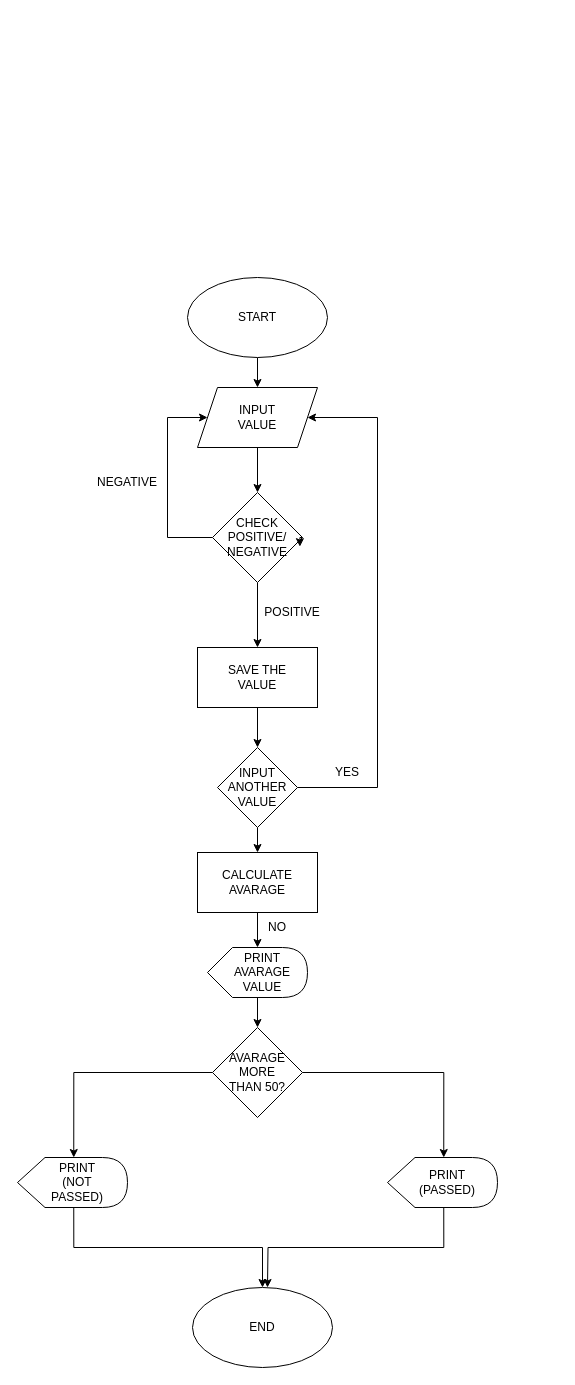
Before: Diagram Tanpa Judul.drawio in tahukotak13th/tahukotak13th.github.io, a draw.io diagram. Source tidied: cells renumbered, new cells numbered last; positions are measured from the earlier drawing's top-left corner, leaving out a move shared by most shapes. Both pictures are drawn from the tidied source at 100%, with x=0, y=0 at pixel (17, 277).
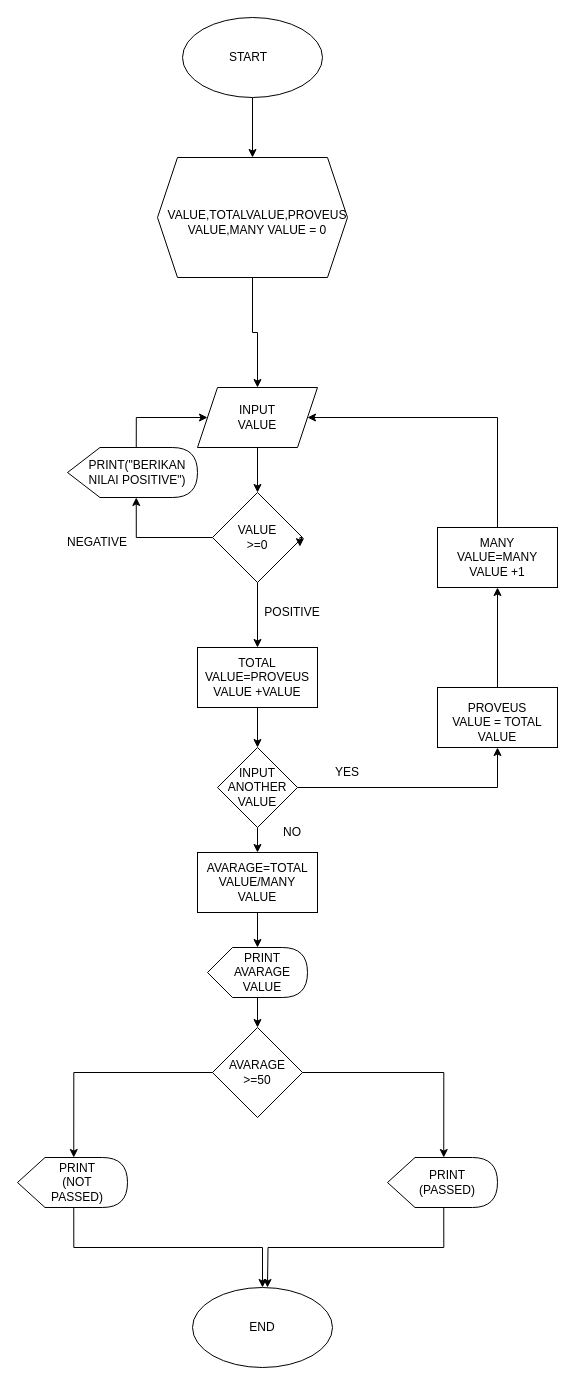
After the change.

The change refers to these unchanged cells:
```xml
<mxCell id="6" style="shape=parallelogram;perimeter=parallelogramPerimeter;whiteSpace=wrap;html=1;fixedSize=1;" parent="1" vertex="1">
  <mxGeometry x="180" y="110" width="120" height="60" as="geometry" />
</mxCell>
<mxCell id="9" style="rhombus;whiteSpace=wrap;html=1;" parent="1" vertex="1">
  <mxGeometry x="195" y="215" width="90" height="90" as="geometry" />
</mxCell>
<mxCell id="20" style="rhombus;whiteSpace=wrap;html=1;" parent="1" vertex="1">
  <mxGeometry x="200" y="470" width="80" height="80" as="geometry" />
</mxCell>
```

What changed in the source:
```diff
@@
-    <mxCell id="2" style="edgeStyle=orthogonalEdgeStyle;rounded=0;jettySize=auto;html=1;exitX=0.5;exitY=1;exitDx=0;exitDy=0;" parent="1" edge="1" source="3" target="6">
-      <mxGeometry relative="1" as="geometry" />
-    </mxCell>
+    <mxCell id="42" style="edgeStyle=orthogonalEdgeStyle;rounded=0;jettySize=auto;html=1;exitX=0.5;exitY=1;exitDx=0;exitDy=0;entryX=0.5;entryY=0;entryDx=0;entryDy=0;" parent="1" edge="1" source="3" target="49">
+      <mxGeometry relative="1" as="geometry" />
+    </mxCell>
     <mxCell id="3" style="ellipse;whiteSpace=wrap;html=1;" parent="1" vertex="1">
-      <mxGeometry x="170" width="140" height="80" as="geometry" />
+      <mxGeometry x="165" y="-260" width="140" height="80" as="geometry" />
     </mxCell>
     <mxCell id="4" value="START" style="text;strokeColor=none;align=center;fillColor=none;html=1;verticalAlign=middle;whiteSpace=wrap;rounded=0;" parent="1" vertex="1">
-      <mxGeometry x="210" y="25" width="60" height="30" as="geometry" />
+      <mxGeometry x="201" y="-235" width="60" height="30" as="geometry" />
     </mxCell>
@@
-    <mxCell id="7" style="edgeStyle=orthogonalEdgeStyle;rounded=0;jettySize=auto;html=1;exitX=0;exitY=0.5;exitDx=0;exitDy=0;entryX=0;entryY=0.5;entryDx=0;entryDy=0;" parent="1" edge="1" source="9" target="6">
-      <mxGeometry relative="1" as="geometry">
-        <Array as="points">
-          <mxPoint x="150" y="260" />
-          <mxPoint x="150" y="140" />
-        </Array>
-      </mxGeometry>
-    </mxCell>
@@
+    <mxCell id="43" style="edgeStyle=orthogonalEdgeStyle;rounded=0;jettySize=auto;html=1;exitX=0;exitY=0.5;exitDx=0;exitDy=0;entryX=0;entryY=0;entryDx=68.75;entryDy=50;entryPerimeter=0;" parent="1" edge="1" source="9" target="55">
+      <mxGeometry relative="1" as="geometry" />
+    </mxCell>
@@
-    <mxCell id="13" value="CHECK POSITIVE/ NEGATIVE" style="text;strokeColor=none;align=center;fillColor=none;html=1;verticalAlign=middle;whiteSpace=wrap;rounded=0;" parent="1" vertex="1">
+    <mxCell id="13" value="VALUE &amp;gt;=0" style="text;strokeColor=none;align=center;fillColor=none;html=1;verticalAlign=middle;whiteSpace=wrap;rounded=0;" parent="1" vertex="1">
       <mxGeometry x="210" y="245" width="60" height="30" as="geometry" />
     </mxCell>
@@
     <mxCell id="15" value="NEGATIVE" style="text;strokeColor=none;align=center;fillColor=none;html=1;verticalAlign=middle;whiteSpace=wrap;rounded=0;" parent="1" vertex="1">
-      <mxGeometry x="80" y="190" width="60" height="30" as="geometry" />
+      <mxGeometry x="50" y="250" width="60" height="30" as="geometry" />
     </mxCell>
-    <mxCell id="16" value="SAVE THE VALUE" style="text;strokeColor=none;align=center;fillColor=none;html=1;verticalAlign=middle;whiteSpace=wrap;rounded=0;" parent="1" vertex="1">
+    <mxCell id="16" value="TOTAL VALUE=PROVEUS VALUE +VALUE" style="text;strokeColor=none;align=center;fillColor=none;html=1;verticalAlign=middle;whiteSpace=wrap;rounded=0;" parent="1" vertex="1">
       <mxGeometry x="200" y="385" width="80" height="30" as="geometry" />
     </mxCell>
@@
-    <mxCell id="18" style="edgeStyle=orthogonalEdgeStyle;rounded=0;jettySize=auto;html=1;exitX=1;exitY=0.5;exitDx=0;exitDy=0;entryX=1;entryY=0.5;entryDx=0;entryDy=0;" parent="1" edge="1" source="20" target="6">
-      <mxGeometry relative="1" as="geometry">
-        <Array as="points">
-          <mxPoint x="360" y="510" />
-          <mxPoint x="360" y="140" />
-        </Array>
-      </mxGeometry>
-    </mxCell>
@@
+    <mxCell id="44" style="edgeStyle=orthogonalEdgeStyle;rounded=0;jettySize=auto;html=1;exitX=1;exitY=0.5;exitDx=0;exitDy=0;entryX=0.5;entryY=1;entryDx=0;entryDy=0;" parent="1" edge="1" source="20" target="46">
+      <mxGeometry relative="1" as="geometry" />
+    </mxCell>
@@
-    <mxCell id="24" value="CALCULATE AVARAGE" style="text;strokeColor=none;align=center;fillColor=none;html=1;verticalAlign=middle;whiteSpace=wrap;rounded=0;" parent="1" vertex="1">
+    <mxCell id="24" value="AVARAGE=TOTAL VALUE/MANY VALUE" style="text;strokeColor=none;align=center;fillColor=none;html=1;verticalAlign=middle;whiteSpace=wrap;rounded=0;" parent="1" vertex="1">
       <mxGeometry x="210" y="590" width="60" height="30" as="geometry" />
     </mxCell>
@@
-    <mxCell id="26" value="AVARAGE MORE THAN 50?" style="text;strokeColor=none;align=center;fillColor=none;html=1;verticalAlign=middle;whiteSpace=wrap;rounded=0;" parent="1" vertex="1">
+    <mxCell id="26" value="AVARAGE &amp;gt;=50" style="text;strokeColor=none;align=center;fillColor=none;html=1;verticalAlign=middle;whiteSpace=wrap;rounded=0;" parent="1" vertex="1">
       <mxGeometry x="210" y="780" width="60" height="30" as="geometry" />
     </mxCell>
@@
     <mxCell id="41" value="NO" style="text;strokeColor=none;align=center;fillColor=none;html=1;verticalAlign=middle;whiteSpace=wrap;rounded=0;" parent="1" vertex="1">
-      <mxGeometry x="230" y="635" width="60" height="30" as="geometry" />
+      <mxGeometry x="245" y="540" width="60" height="30" as="geometry" />
     </mxCell>
+    <mxCell id="45" style="edgeStyle=orthogonalEdgeStyle;rounded=0;jettySize=auto;html=1;exitX=0.5;exitY=0;exitDx=0;exitDy=0;entryX=0.5;entryY=1;entryDx=0;entryDy=0;" parent="1" edge="1" source="46" target="52">
+      <mxGeometry relative="1" as="geometry" />
+    </mxCell>
+    <mxCell id="46" style="rounded=0;whiteSpace=wrap;html=1;" parent="1" vertex="1">
+      <mxGeometry x="420" y="410" width="120" height="60" as="geometry" />
+    </mxCell>
+    <mxCell id="47" value="PROVEUS VALUE = TOTAL VALUE" style="text;strokeColor=none;align=center;fillColor=none;html=1;verticalAlign=middle;whiteSpace=wrap;rounded=0;" parent="1" vertex="1">
+      <mxGeometry x="430" y="430" width="100" height="30" as="geometry" />
+    </mxCell>
+    <mxCell id="48" style="edgeStyle=orthogonalEdgeStyle;rounded=0;jettySize=auto;html=1;exitX=0.5;exitY=1;exitDx=0;exitDy=0;entryX=0.5;entryY=0;entryDx=0;entryDy=0;" parent="1" edge="1" source="49" target="6">
+      <mxGeometry relative="1" as="geometry" />
+    </mxCell>
+    <mxCell id="49" style="shape=hexagon;perimeter=hexagonPerimeter2;whiteSpace=wrap;html=1;fixedSize=1;" parent="1" vertex="1">
+      <mxGeometry x="140" y="-120" width="190" height="120" as="geometry" />
+    </mxCell>
+    <mxCell id="50" value="VALUE,TOTALVALUE,PROVEUS VALUE,MANY VALUE = 0" style="text;strokeColor=none;align=center;fillColor=none;html=1;verticalAlign=middle;whiteSpace=wrap;rounded=0;" parent="1" vertex="1">
+      <mxGeometry x="190" y="-100" width="100" height="90" as="geometry" />
+    </mxCell>
+    <mxCell id="51" style="edgeStyle=orthogonalEdgeStyle;rounded=0;jettySize=auto;html=1;exitX=0.5;exitY=0;exitDx=0;exitDy=0;entryX=1;entryY=0.5;entryDx=0;entryDy=0;" parent="1" edge="1" source="52" target="6">
+      <mxGeometry relative="1" as="geometry">
+        <Array as="points">
+          <mxPoint x="480" y="140" />
+        </Array>
+      </mxGeometry>
+    </mxCell>
+    <mxCell id="52" style="rounded=0;whiteSpace=wrap;html=1;" parent="1" vertex="1">
+      <mxGeometry x="420" y="250" width="120" height="60" as="geometry" />
+    </mxCell>
+    <mxCell id="53" value="MANY VALUE=MANY VALUE +1" style="text;strokeColor=none;align=center;fillColor=none;html=1;verticalAlign=middle;whiteSpace=wrap;rounded=0;" parent="1" vertex="1">
+      <mxGeometry x="450" y="265" width="60" height="30" as="geometry" />
+    </mxCell>
+    <mxCell id="54" style="edgeStyle=orthogonalEdgeStyle;rounded=0;jettySize=auto;html=1;exitX=0;exitY=0;exitDx=68.75;exitDy=0;exitPerimeter=0;entryX=0;entryY=0.5;entryDx=0;entryDy=0;" parent="1" edge="1" source="55" target="6">
+      <mxGeometry relative="1" as="geometry">
+        <Array as="points">
+          <mxPoint x="119" y="140" />
+        </Array>
+      </mxGeometry>
+    </mxCell>
+    <mxCell id="55" style="shape=display;whiteSpace=wrap;html=1;" parent="1" vertex="1">
+      <mxGeometry x="50" y="170" width="130" height="50" as="geometry" />
+    </mxCell>
+    <mxCell id="56" value="PRINT(&quot;BERIKAN NILAI POSITIVE&quot;)" style="text;strokeColor=none;align=center;fillColor=none;html=1;verticalAlign=middle;whiteSpace=wrap;rounded=0;" parent="1" vertex="1">
+      <mxGeometry x="80" y="180" width="80" height="30" as="geometry" />
+    </mxCell>
```
